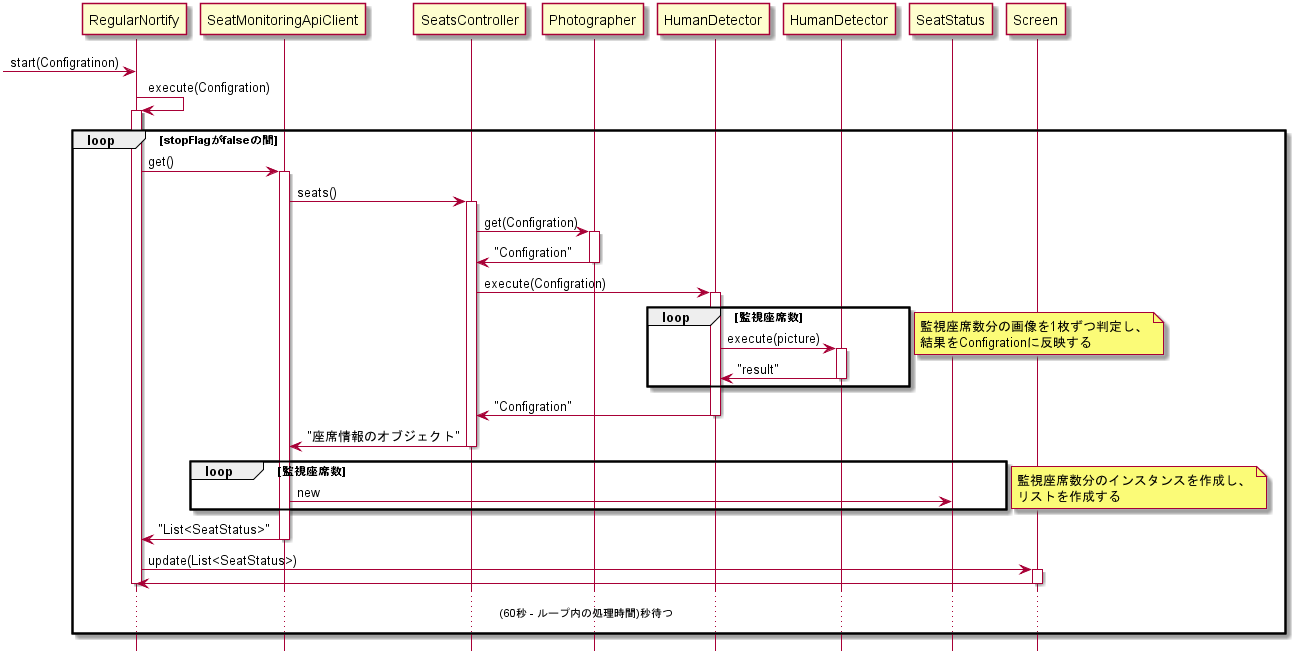
Before: doc/詳細設計/詳細設計書/構成図/座席状態確認シーケンス図2.png, a diagram exported from PlantUML (KeisukeSugita/Seat-monitoring-system). Source of this version:
```plantuml
@startuml 座席状態確認シーケンス図2
hide footbox

participant "RegularNortify" as RegularNortify
participant "SeatMonitoringApiClient" as SeatMonitoringApiClient
participant "SeatsController" as SeatsController
participant "Photographer" as Photographer
participant "HumanDetector" as CsHumanDetector
participant "HumanDetector" as CppHumanDetector
participant "SeatStatus" as SeatStatus
participant "Screen" as Screen

-> RegularNortify :start(Configratinon)

RegularNortify -> RegularNortify : execute(Configration)
activate RegularNortify

loop stopFlagがfalseの間
	RegularNortify -> SeatMonitoringApiClient : get()
	activate SeatMonitoringApiClient

	SeatMonitoringApiClient -> SeatsController : seats()
	activate SeatsController

	SeatsController -> Photographer : get(Configration)
	activate Photographer

	SeatsController <- Photographer : "Configration"
	deactivate Photographer

	SeatsController -> CsHumanDetector : execute(Configration)
	activate CsHumanDetector

	loop 監視座席数
		CsHumanDetector -> CppHumanDetector : execute(picture)
		activate CppHumanDetector
		CsHumanDetector <- CppHumanDetector : "result"
		deactivate CppHumanDetector
	end
	note right
		監視座席数分の画像を1枚ずつ判定し、
		結果をConfigrationに反映する
	end note

	SeatsController <- CsHumanDetector : "Configration"
	deactivate CsHumanDetector

	SeatMonitoringApiClient <- SeatsController : "座席情報のオブジェクト"
	deactivate SeatsController

	loop 監視座席数
		SeatMonitoringApiClient -> SeatStatus :new
	end
	note right
		監視座席数分のインスタンスを作成し、
		リストを作成する
	end note

	RegularNortify <- SeatMonitoringApiClient : "List<SeatStatus>"
	deactivate SeatMonitoringApiClient

	RegularNortify -> Screen : update(List<SeatStatus>)
	activate Screen
	RegularNortify <- Screen
	deactivate Screen
	deactivate RegularNortify
	... (60秒 - ループ内の処理時間)秒待つ ...
end

@enduml
```
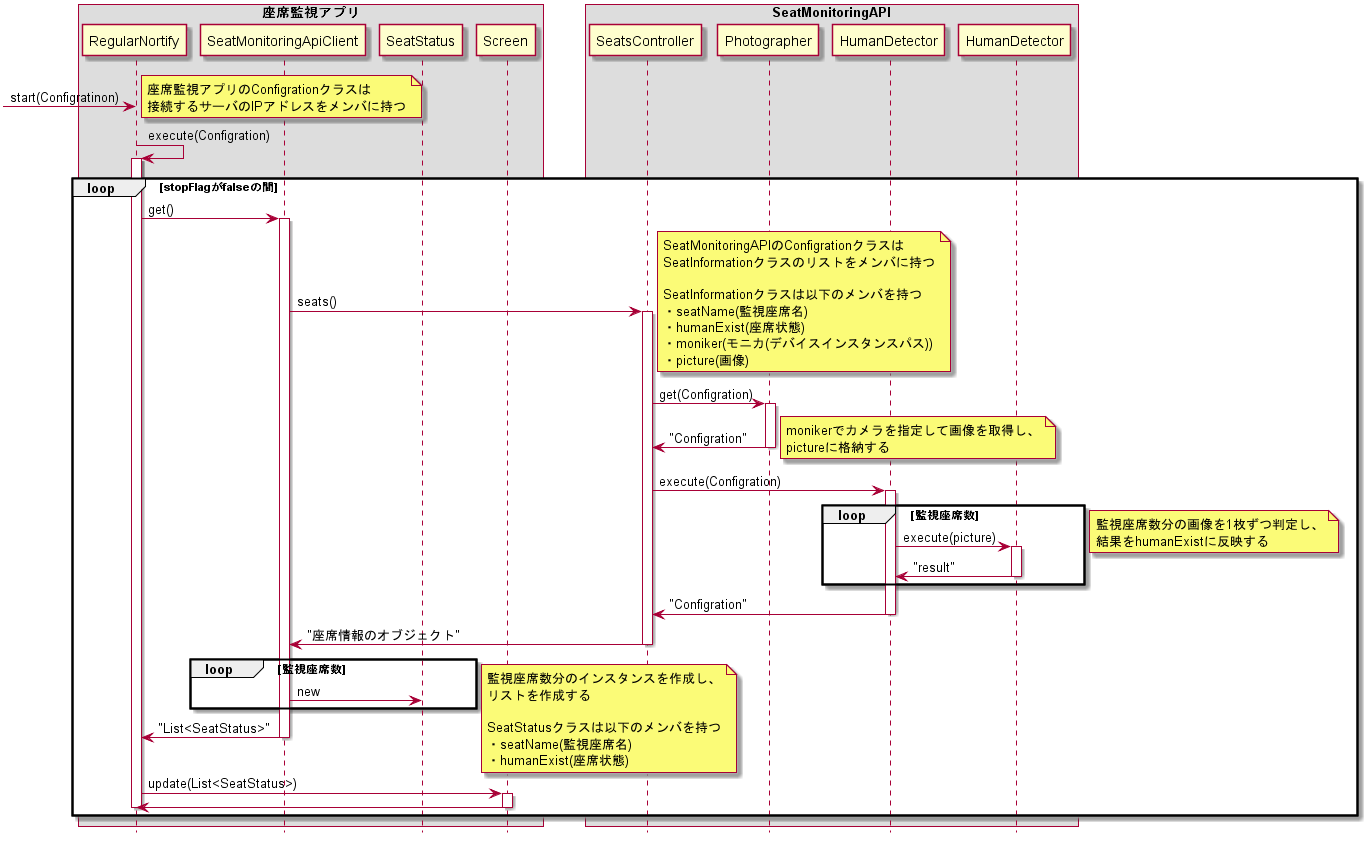
After the change.

Change to the diagram source:
```diff
@@ -1,16 +1,26 @@
 @startuml 座席状態確認シーケンス図2
 hide footbox
+skinparam BoxPadding 20
 
-participant "RegularNortify" as RegularNortify
-participant "SeatMonitoringApiClient" as SeatMonitoringApiClient
-participant "SeatsController" as SeatsController
-participant "Photographer" as Photographer
-participant "HumanDetector" as CsHumanDetector
-participant "HumanDetector" as CppHumanDetector
-participant "SeatStatus" as SeatStatus
-participant "Screen" as Screen
+box "座席監視アプリ"
+	participant "RegularNortify" as RegularNortify
+	participant "SeatMonitoringApiClient" as SeatMonitoringApiClient
+	participant "SeatStatus" as SeatStatus
+	participant "Screen" as Screen
+end box
+
+box "SeatMonitoringAPI"
+	participant "SeatsController" as SeatsController
+	participant "Photographer" as Photographer
+	participant "HumanDetector" as CsHumanDetector
+	participant "HumanDetector" as CppHumanDetector
+end box
 
 -> RegularNortify :start(Configratinon)
+note right
+	座席監視アプリのConfigrationクラスは
+	接続するサーバのIPアドレスをメンバに持つ
+end note
 
 RegularNortify -> RegularNortify : execute(Configration)
 activate RegularNortify
@@ -22,11 +32,25 @@
 	SeatMonitoringApiClient -> SeatsController : seats()
 	activate SeatsController
 
+	note right
+		SeatMonitoringAPIのConfigrationクラスは
+		SeatInformationクラスのリストをメンバに持つ
+
+		SeatInformationクラスは以下のメンバを持つ
+		・seatName(監視座席名)
+		・humanExist(座席状態)
+		・moniker(モニカ(デバイスインスタンスパス))
+		・picture(画像)
+	end note
+
 	SeatsController -> Photographer : get(Configration)
 	activate Photographer
-
 	SeatsController <- Photographer : "Configration"
 	deactivate Photographer
+	note right
+		monikerでカメラを指定して画像を取得し、
+		pictureに格納する
+	end note
 
 	SeatsController -> CsHumanDetector : execute(Configration)
 	activate CsHumanDetector
@@ -39,7 +63,7 @@
 	end
 	note right
 		監視座席数分の画像を1枚ずつ判定し、
-		結果をConfigrationに反映する
+		結果をhumanExistに反映する
 	end note
 
 	SeatsController <- CsHumanDetector : "Configration"
@@ -54,17 +78,20 @@
 	note right
 		監視座席数分のインスタンスを作成し、
 		リストを作成する
+
+		SeatStatusクラスは以下のメンバを持つ
+		・seatName(監視座席名)
+		・humanExist(座席状態)
 	end note
 
 	RegularNortify <- SeatMonitoringApiClient : "List<SeatStatus>"
 	deactivate SeatMonitoringApiClient
-
+	|||
 	RegularNortify -> Screen : update(List<SeatStatus>)
 	activate Screen
 	RegularNortify <- Screen
 	deactivate Screen
 	deactivate RegularNortify
-	... (60秒 - ループ内の処理時間)秒待つ ...
 end
 
 @enduml
```
